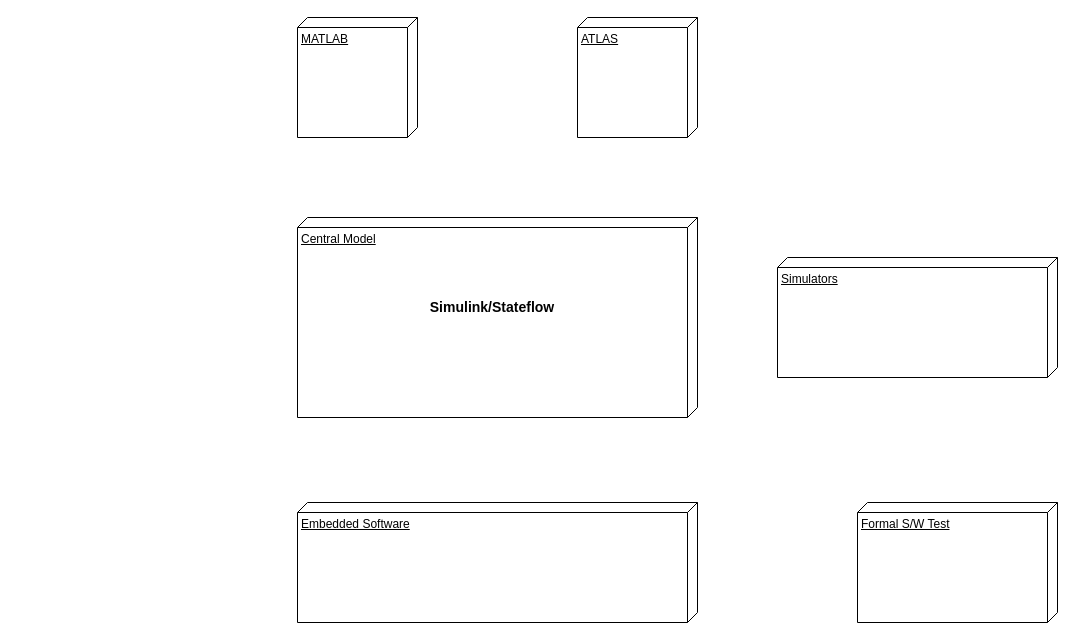
Before: page "model-based-development-process" (2 of 2) of MBSE/CAS/Drawio/model-based-development-process.drawio in robotics-intelligent-systems/jfxosms, a draw.io diagram. Source tidied: cells renumbered, new cells numbered last; positions are measured from the earlier drawing's top-left corner, leaving out a move shared by most shapes. Both pictures are drawn from the tidied source at 100%, with x=0, y=0 at pixel (297, 17).
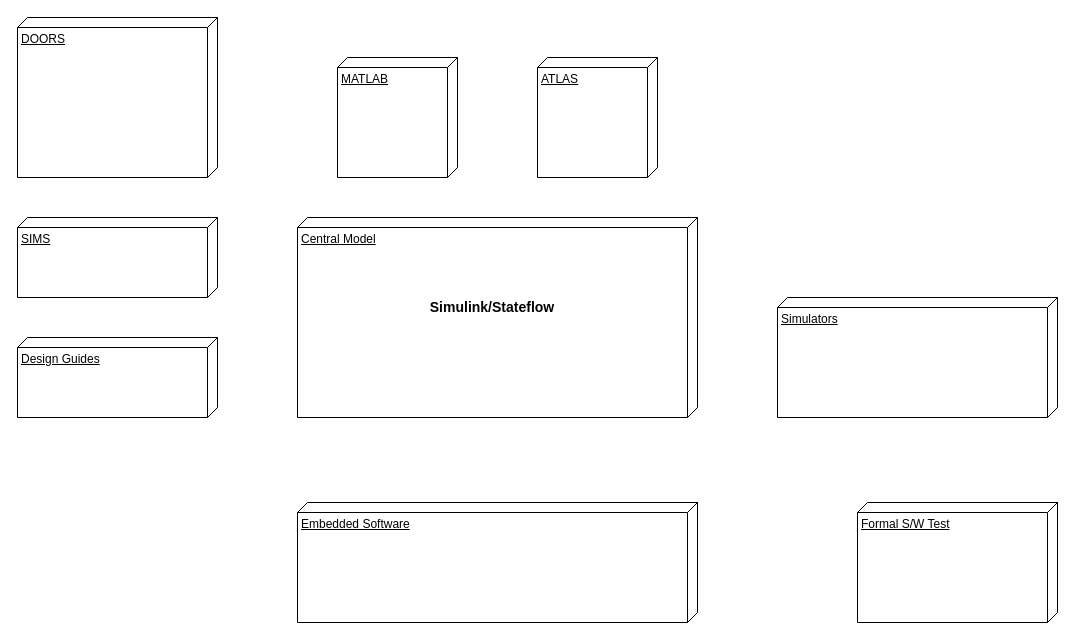
Above is the later version.

What changed in the source:
```diff
@@
 <mxGraphModel>
   <root>
     <mxCell id="0" />
     <mxCell id="1" parent="0" />
     <mxCell id="2" value="Central Model" style="verticalAlign=top;align=left;spacingTop=8;spacingLeft=2;spacingRight=12;shape=cube;size=10;direction=south;fontStyle=4;html=1;whiteSpace=wrap;" parent="1" vertex="1">
       <mxGeometry y="200" width="400" height="200" as="geometry" />
     </mxCell>
     <mxCell id="3" value="&lt;b&gt;&lt;font style=&quot;font-size: 14px;&quot;&gt;Simulink/Stateflow&lt;/font&gt;&lt;/b&gt;" style="text;html=1;align=center;verticalAlign=middle;whiteSpace=wrap;rounded=0;" parent="1" vertex="1">
       <mxGeometry y="260" width="390" height="60" as="geometry" />
     </mxCell>
     <mxCell id="4" value="Embedded Software" style="verticalAlign=top;align=left;spacingTop=8;spacingLeft=2;spacingRight=12;shape=cube;size=10;direction=south;fontStyle=4;html=1;whiteSpace=wrap;" parent="1" vertex="1">
       <mxGeometry y="485" width="400" height="120" as="geometry" />
     </mxCell>
     <mxCell id="5" value="Simulators" style="verticalAlign=top;align=left;spacingTop=8;spacingLeft=2;spacingRight=12;shape=cube;size=10;direction=south;fontStyle=4;html=1;whiteSpace=wrap;" parent="1" vertex="1">
-      <mxGeometry x="480" y="240" width="280" height="120" as="geometry" />
+      <mxGeometry x="480" y="280" width="280" height="120" as="geometry" />
     </mxCell>
     <mxCell id="6" value="MATLAB" style="verticalAlign=top;align=left;spacingTop=8;spacingLeft=2;spacingRight=12;shape=cube;size=10;direction=south;fontStyle=4;html=1;whiteSpace=wrap;" parent="1" vertex="1">
-      <mxGeometry width="120" height="120" as="geometry" />
+      <mxGeometry x="40" y="40" width="120" height="120" as="geometry" />
     </mxCell>
     <mxCell id="7" value="ATLAS" style="verticalAlign=top;align=left;spacingTop=8;spacingLeft=2;spacingRight=12;shape=cube;size=10;direction=south;fontStyle=4;html=1;whiteSpace=wrap;" parent="1" vertex="1">
-      <mxGeometry x="280" width="120" height="120" as="geometry" />
+      <mxGeometry x="240" y="40" width="120" height="120" as="geometry" />
     </mxCell>
     <mxCell id="8" value="Formal S/W Test" style="verticalAlign=top;align=left;spacingTop=8;spacingLeft=2;spacingRight=12;shape=cube;size=10;direction=south;fontStyle=4;html=1;whiteSpace=wrap;" parent="1" vertex="1">
       <mxGeometry x="560" y="485" width="200" height="120" as="geometry" />
     </mxCell>
+    <mxCell id="9" value="DOORS" style="verticalAlign=top;align=left;spacingTop=8;spacingLeft=2;spacingRight=12;shape=cube;size=10;direction=south;fontStyle=4;html=1;whiteSpace=wrap;" parent="1" vertex="1">
+      <mxGeometry x="-280" width="200" height="160" as="geometry" />
+    </mxCell>
+    <mxCell id="10" value="SIMS" style="verticalAlign=top;align=left;spacingTop=8;spacingLeft=2;spacingRight=12;shape=cube;size=10;direction=south;fontStyle=4;html=1;whiteSpace=wrap;" parent="1" vertex="1">
+      <mxGeometry x="-280" y="200" width="200" height="80" as="geometry" />
+    </mxCell>
+    <mxCell id="11" value="Design Guides" style="verticalAlign=top;align=left;spacingTop=8;spacingLeft=2;spacingRight=12;shape=cube;size=10;direction=south;fontStyle=4;html=1;whiteSpace=wrap;" parent="1" vertex="1">
+      <mxGeometry x="-280" y="320" width="200" height="80" as="geometry" />
+    </mxCell>
   </root>
 </mxGraphModel>
```
